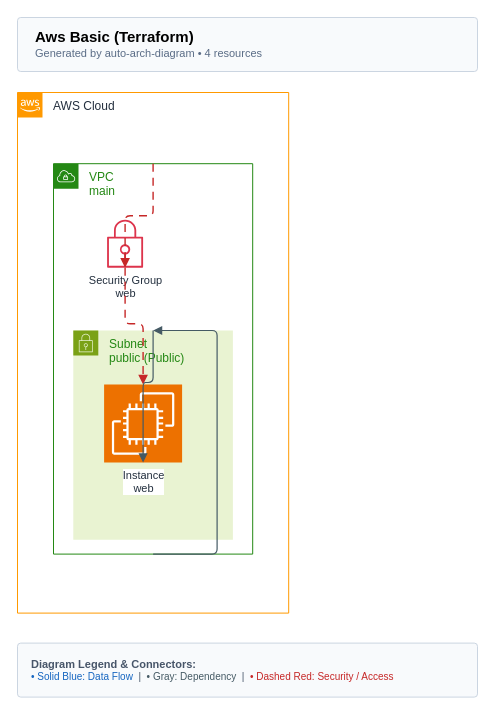
Above: examples/terraform/aws-basic/architecture-diagram.drawio in suryakumaran2611/auto-arch-diagram (draw.io), before the change. Source tidied: cells renumbered, new cells numbered last; positions are measured from the earlier drawing's top-left corner, leaving out a move shared by most shapes. Both pictures are drawn from the tidied source at 100%, with x=0, y=0 at pixel (17, 17).
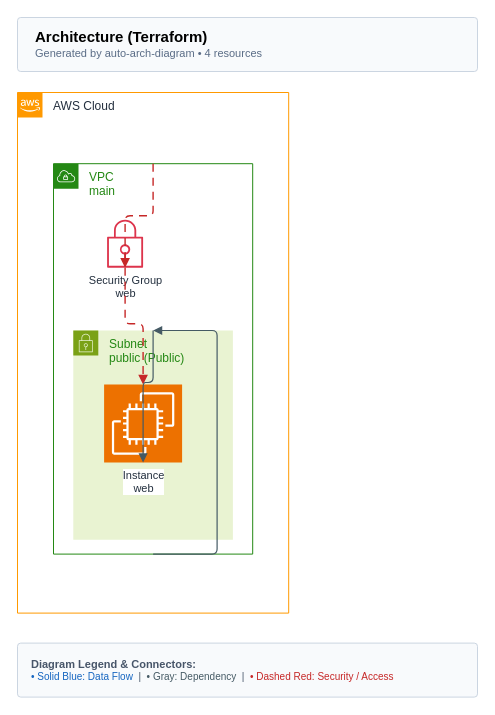
After the change.

The edit, as a diff of the source:
```diff
@@
 <mxGraphModel background="#FFFFFF">
   <root>
     <mxCell id="0" />
     <mxCell id="1" parent="0" />
-    <mxCell id="2" value="&lt;b style='font-size:15px;'&gt;Aws Basic (Terraform)&lt;/b&gt;&lt;br/&gt;&lt;span style='font-size:11px;color:#5A6C86;'&gt;Generated by auto-arch-diagram &amp;bull; 4 resources&lt;/span&gt;" style="rounded=1;whiteSpace=wrap;html=1;arcSize=6;fillColor=#F8FAFC;strokeColor=#CBD5E1;strokeWidth=1;align=left;spacingLeft=16;verticalAlign=middle;" parent="1" vertex="1">
+    <mxCell id="2" value="&lt;b style='font-size:15px;'&gt;Architecture (Terraform)&lt;/b&gt;&lt;br/&gt;&lt;span style='font-size:11px;color:#5A6C86;'&gt;Generated by auto-arch-diagram &amp;bull; 4 resources&lt;/span&gt;" style="rounded=1;whiteSpace=wrap;html=1;arcSize=6;fillColor=#F8FAFC;strokeColor=#CBD5E1;strokeWidth=1;align=left;spacingLeft=16;verticalAlign=middle;" parent="1" vertex="1">
       <mxGeometry width="460" height="54" as="geometry" />
     </mxCell>
     <mxCell id="3" value="AWS Cloud" style="gradientColor=none;html=1;whiteSpace=wrap;fontSize=12;fontStyle=0;shape=mxgraph.aws4.group;grIcon=mxgraph.aws4.group_aws_cloud_alt;strokeColor=#FF9900;fillColor=none;fontColor=#232F3E;dashed=0;verticalAlign=top;align=left;spacingLeft=34;" parent="1" vertex="1">
       <mxGeometry y="75" width="271.2" height="520.6" as="geometry" />
     </mxCell>
     <mxCell id="4" value="VPC&#10;main" style="points=[[0,0],[0.25,0],[0.5,0],[0.75,0],[1,0],[1,0.25],[1,0.5],[1,0.75],[1,1],[0.75,1],[0.5,1],[0.25,1],[0,1],[0,0.75],[0,0.5],[0,0.25]];outlineConnect=0;gradientColor=none;html=1;whiteSpace=wrap;fontSize=12;fontStyle=0;shape=mxgraph.aws4.group;grIcon=mxgraph.aws4.group_vpc;strokeColor=#248814;fillColor=none;fontColor=#248814;dashed=0;verticalAlign=top;align=left;spacingLeft=34;" parent="3" vertex="1">
       <mxGeometry x="36" y="71.2" width="199.2" height="390.4" as="geometry" />
     </mxCell>
     <mxCell id="5" value="Security Group&#10;web" style="sketch=0;outlineConnect=0;fontColor=#232F3E;gradientColor=none;fillColor=#DD344C;strokeColor=none;dashed=0;verticalLabelPosition=bottom;verticalAlign=top;align=center;html=1;fontSize=12;fontStyle=0;shape=mxgraph.aws4.security_group;fontSize=11;labelBackgroundColor=#FFFFFF;" parent="4" vertex="1">
       <mxGeometry x="47.6" y="56" width="48" height="48" as="geometry" />
     </mxCell>
     <mxCell id="6" value="Subnet&#10;public (Public)" style="points=[[0,0],[0.25,0],[0.5,0],[0.75,0],[1,0],[1,0.25],[1,0.5],[1,0.75],[1,1],[0.75,1],[0.5,1],[0.25,1],[0,1],[0,0.75],[0,0.5],[0,0.25]];outlineConnect=0;gradientColor=none;html=1;whiteSpace=wrap;fontSize=12;fontStyle=0;shape=mxgraph.aws4.group;grIcon=mxgraph.aws4.group_security_group;grStroke=0;strokeColor=#7AA116;fillColor=#E9F3D2;fontColor=#248814;dashed=0;verticalAlign=top;align=left;spacingLeft=34;" parent="4" vertex="1">
       <mxGeometry x="19.8" y="166.8" width="159.6" height="209.2" as="geometry" />
     </mxCell>
     <mxCell id="7" value="Instance&#10;web" style="sketch=0;points=[[0,0,0],[0.25,0,0],[0.5,0,0],[0.75,0,0],[1,0,0],[0,1,0],[0.25,1,0],[0.5,1,0],[0.75,1,0],[1,1,0],[0,0.25,0],[0,0.5,0],[0,0.75,0],[1,0.25,0],[1,0.5,0],[1,0.75,0]];outlineConnect=0;fontColor=#232F3E;fillColor=#ED7100;strokeColor=#ffffff;dashed=0;verticalLabelPosition=bottom;verticalAlign=top;align=center;html=1;fontSize=12;fontStyle=0;shape=mxgraph.aws4.resourceIcon;resIcon=mxgraph.aws4.ec2;fontSize=11;labelBackgroundColor=#FFFFFF;" parent="6" vertex="1">
       <mxGeometry x="30.8" y="54" width="78" height="78" as="geometry" />
     </mxCell>
     <mxCell id="8" value="&lt;b style='font-size:11px;'&gt;Diagram Legend &amp;amp; Connectors:&lt;/b&gt;&lt;br/&gt;&lt;span style='color:#1565C0;'&gt;&amp;bull; Solid Blue: Data Flow&lt;/span&gt; &amp;nbsp;|&amp;nbsp; &lt;span style='color:#455A64;'&gt;&amp;bull; Gray: Dependency&lt;/span&gt; &amp;nbsp;|&amp;nbsp; &lt;span style='color:#C62828;'&gt;&amp;bull; Dashed Red: Security / Access&lt;/span&gt;" style="rounded=1;whiteSpace=wrap;html=1;arcSize=6;fillColor=#F8FAFC;strokeColor=#CBD5E1;strokeWidth=1;fontSize=10;fontColor=#475569;align=left;spacingLeft=12;spacingRight=12;verticalAlign=middle;" parent="1" vertex="1">
       <mxGeometry y="625.6" width="460" height="54" as="geometry" />
     </mxCell>
     <mxCell id="9" style="edgeStyle=orthogonalEdgeStyle;rounded=1;arcSize=10;html=1;jettySize=auto;curved=0;jumpStyle=arc;jumpSize=6;strokeColor=#C62828;strokeWidth=1.4;dashed=1;dashPattern=8 6;fixDash=1;endArrow=block;endFill=1;endArrowSize=5;exitX=0.5;exitY=1;exitDx=0;exitDy=0;entryX=0.5;entryY=0;entryDx=0;entryDy=0;" parent="1" edge="1" source="5" target="7">
       <mxGeometry relative="1" as="geometry">
         <Array as="points">
           <mxPoint x="107.6" y="306.2" />
           <mxPoint x="125.6" y="306.2" />
         </Array>
       </mxGeometry>
     </mxCell>
     <mxCell id="10" style="edgeStyle=orthogonalEdgeStyle;rounded=1;arcSize=10;html=1;jettySize=auto;curved=0;jumpStyle=arc;jumpSize=6;strokeColor=#455A64;strokeWidth=1.2;endArrow=block;endFill=1;endArrowSize=5;exitX=0.5;exitY=0;exitDx=0;exitDy=0;entryX=0.5;entryY=1;entryDx=0;entryDy=0;" parent="1" edge="1" source="6" target="7">
       <mxGeometry relative="1" as="geometry">
         <Array as="points">
           <mxPoint x="135.6" y="365" />
           <mxPoint x="125.6" y="365" />
         </Array>
       </mxGeometry>
     </mxCell>
     <mxCell id="11" style="edgeStyle=orthogonalEdgeStyle;rounded=1;arcSize=10;html=1;jettySize=auto;curved=0;jumpStyle=arc;jumpSize=6;strokeColor=#C62828;strokeWidth=1.4;dashed=1;dashPattern=8 6;fixDash=1;endArrow=block;endFill=1;endArrowSize=5;exitX=0.5;exitY=0;exitDx=0;exitDy=0;entryX=0.5;entryY=1;entryDx=0;entryDy=0;" parent="1" edge="1" source="4" target="5">
       <mxGeometry relative="1" as="geometry">
         <Array as="points">
           <mxPoint x="135.6" y="198.2" />
           <mxPoint x="107.6" y="198.2" />
         </Array>
       </mxGeometry>
     </mxCell>
     <mxCell id="12" style="edgeStyle=orthogonalEdgeStyle;rounded=1;arcSize=10;html=1;jettySize=auto;curved=0;jumpStyle=arc;jumpSize=6;strokeColor=#455A64;strokeWidth=1.2;endArrow=block;endFill=1;endArrowSize=5;exitX=0.5;exitY=1;exitDx=0;exitDy=0;entryX=0.5;entryY=0;entryDx=0;entryDy=0;" parent="1" edge="1" source="4" target="6">
       <mxGeometry relative="1" as="geometry">
         <Array as="points">
           <mxPoint x="199.6" y="536.6" />
           <mxPoint x="199.6" y="313" />
         </Array>
       </mxGeometry>
     </mxCell>
   </root>
 </mxGraphModel>
```
